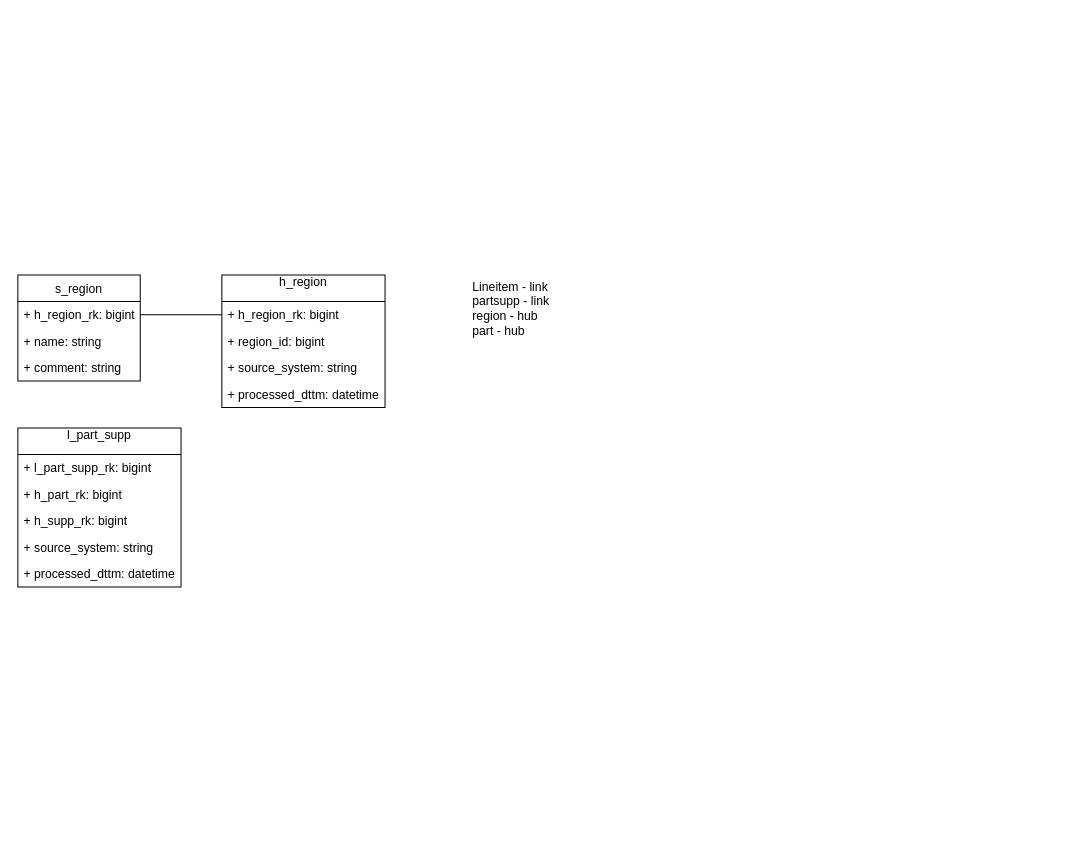
Earlier version of the draw.io diagram DZ1/Untitled Diagram.drawio (DMfananddu/DWH). Source tidied: cells renumbered, new cells numbered last; positions are measured from the earlier drawing's top-left corner, leaving out a move shared by most shapes. Both pictures are drawn from the tidied source at 102%, with x=0, y=0 at pixel (17, 274).
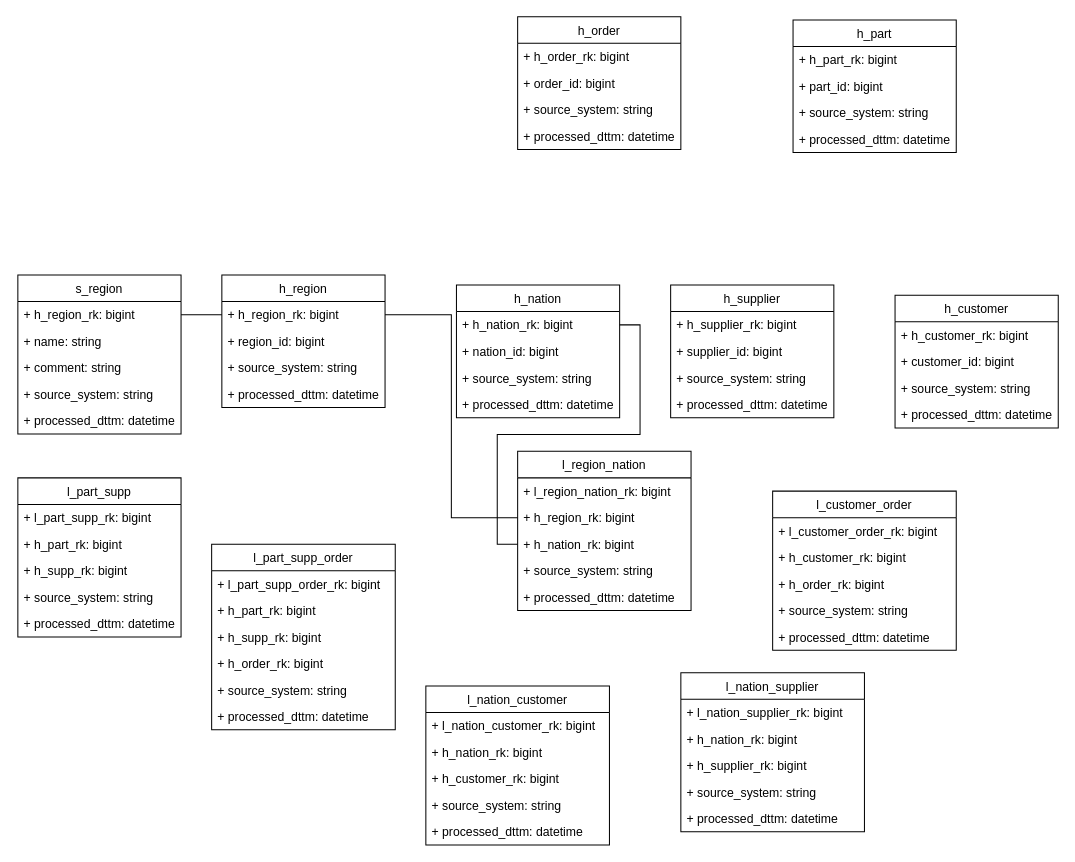
The same page after the edit.

Unchanged cells that the change refers to:
```xml
<mxCell id="3" value="+ h_region_rk: bigint" style="text;strokeColor=none;fillColor=none;align=left;verticalAlign=top;spacingLeft=4;spacingRight=4;overflow=hidden;points=[[0,0.5],[1,0.5]];portConstraint=eastwest;" parent="2" vertex="1">
  <mxGeometry y="26" width="160" height="26" as="geometry" />
</mxCell>
```

What changed in the source:
```diff
@@
-    <mxCell id="2" value="h_region&#10;" style="swimlane;fontStyle=0;horizontal=1;startSize=26;fillColor=none;align=center;verticalAlign=middle;" parent="1" vertex="1">
+    <mxCell id="2" value="h_region" style="swimlane;fontStyle=0;horizontal=1;startSize=26;fillColor=none;align=center;verticalAlign=middle;" parent="1" vertex="1">
       <mxGeometry x="200" width="160" height="130" as="geometry" />
     </mxCell>
@@
     <mxCell id="7" value="s_region" style="swimlane;fontStyle=0;horizontal=1;startSize=26;fillColor=none;" parent="1" vertex="1">
-      <mxGeometry width="120" height="104" as="geometry" />
+      <mxGeometry width="160" height="156" as="geometry" />
     </mxCell>
     <mxCell id="8" value="+ h_region_rk: bigint" style="text;strokeColor=none;fillColor=none;align=left;verticalAlign=top;spacingLeft=4;spacingRight=4;overflow=hidden;points=[[0,0.5],[1,0.5]];portConstraint=eastwest;" parent="7" vertex="1">
-      <mxGeometry y="26" width="120" height="26" as="geometry" />
+      <mxGeometry y="26" width="160" height="26" as="geometry" />
     </mxCell>
     <mxCell id="9" value="+ name: string" style="text;strokeColor=none;fillColor=none;align=left;verticalAlign=top;spacingLeft=4;spacingRight=4;overflow=hidden;" parent="7" vertex="1">
-      <mxGeometry y="52" width="120" height="26" as="geometry" />
+      <mxGeometry y="52" width="160" height="26" as="geometry" />
     </mxCell>
     <mxCell id="10" value="+ comment: string" style="text;strokeColor=none;fillColor=none;align=left;verticalAlign=top;spacingLeft=4;spacingRight=4;overflow=hidden;" parent="7" vertex="1">
-      <mxGeometry y="78" width="120" height="26" as="geometry" />
+      <mxGeometry y="78" width="160" height="26" as="geometry" />
     </mxCell>
+    <mxCell id="19" value="+ source_system: string" style="text;strokeColor=none;fillColor=none;align=left;verticalAlign=top;spacingLeft=4;spacingRight=4;overflow=hidden;" parent="7" vertex="1">
+      <mxGeometry y="104" width="160" height="26" as="geometry" />
+    </mxCell>
+    <mxCell id="20" value="+ processed_dttm: datetime" style="text;strokeColor=none;fillColor=none;align=left;verticalAlign=top;spacingLeft=4;spacingRight=4;overflow=hidden;" parent="7" vertex="1">
+      <mxGeometry y="130" width="160" height="26" as="geometry" />
+    </mxCell>
@@
-    <mxCell id="12" value="Lineitem - link&lt;br&gt;partsupp - link&lt;br&gt;region - hub&lt;br&gt;part - hub&lt;br&gt;" style="text;html=1;align=left;verticalAlign=top;spacingTop=-4;" parent="1" vertex="1">
-      <mxGeometry x="444" y="2" width="90" height="60" as="geometry" />
-    </mxCell>
-    <mxCell id="13" value="l_part_supp&#10;" style="swimlane;fontStyle=0;horizontal=1;startSize=26;fillColor=none;" parent="1" vertex="1">
-      <mxGeometry y="150" width="160" height="156" as="geometry" />
+    <mxCell id="13" value="l_part_supp" style="swimlane;fontStyle=0;horizontal=1;startSize=26;fillColor=none;verticalAlign=middle;" parent="1" vertex="1">
+      <mxGeometry y="199" width="160" height="156" as="geometry" />
     </mxCell>
@@
+    <mxCell id="21" value="l_part_supp_order" style="swimlane;fontStyle=0;horizontal=1;startSize=26;fillColor=none;" parent="1" vertex="1">
+      <mxGeometry x="190" y="264" width="180" height="182" as="geometry" />
+    </mxCell>
+    <mxCell id="22" value="+ l_part_supp_order_rk: bigint" style="text;strokeColor=none;fillColor=none;align=left;verticalAlign=top;spacingLeft=4;spacingRight=4;overflow=hidden;" parent="21" vertex="1">
+      <mxGeometry y="26" width="180" height="26" as="geometry" />
+    </mxCell>
+    <mxCell id="23" value="+ h_part_rk: bigint" style="text;strokeColor=none;fillColor=none;align=left;verticalAlign=top;spacingLeft=4;spacingRight=4;overflow=hidden;" parent="21" vertex="1">
+      <mxGeometry y="52" width="180" height="26" as="geometry" />
+    </mxCell>
+    <mxCell id="24" value="+ h_supp_rk: bigint" style="text;strokeColor=none;fillColor=none;align=left;verticalAlign=top;spacingLeft=4;spacingRight=4;overflow=hidden;" parent="21" vertex="1">
+      <mxGeometry y="78" width="180" height="26" as="geometry" />
+    </mxCell>
+    <mxCell id="25" value="+ h_order_rk: bigint" style="text;strokeColor=none;fillColor=none;align=left;verticalAlign=top;spacingLeft=4;spacingRight=4;overflow=hidden;" parent="21" vertex="1">
+      <mxGeometry y="104" width="180" height="26" as="geometry" />
+    </mxCell>
+    <mxCell id="26" value="+ source_system: string" style="text;strokeColor=none;fillColor=none;align=left;verticalAlign=top;spacingLeft=4;spacingRight=4;overflow=hidden;" parent="21" vertex="1">
+      <mxGeometry y="130" width="180" height="26" as="geometry" />
+    </mxCell>
+    <mxCell id="27" value="+ processed_dttm: datetime" style="text;strokeColor=none;fillColor=none;align=left;verticalAlign=top;spacingLeft=4;spacingRight=4;overflow=hidden;" parent="21" vertex="1">
+      <mxGeometry y="156" width="180" height="26" as="geometry" />
+    </mxCell>
+    <mxCell id="28" value="l_region_nation" style="swimlane;fontStyle=0;horizontal=1;startSize=26;fillColor=none;verticalAlign=middle;" parent="1" vertex="1">
+      <mxGeometry x="490" y="173" width="170" height="156" as="geometry" />
+    </mxCell>
+    <mxCell id="29" value="+ l_region_nation_rk: bigint" style="text;strokeColor=none;fillColor=none;align=left;verticalAlign=top;spacingLeft=4;spacingRight=4;overflow=hidden;" parent="28" vertex="1">
+      <mxGeometry y="26" width="170" height="26" as="geometry" />
+    </mxCell>
+    <mxCell id="30" value="+ h_region_rk: bigint" style="text;strokeColor=none;fillColor=none;align=left;verticalAlign=top;spacingLeft=4;spacingRight=4;overflow=hidden;points=[[0,0.5],[1,0.5]];portConstraint=eastwest;" parent="28" vertex="1">
+      <mxGeometry y="52" width="170" height="26" as="geometry" />
+    </mxCell>
+    <mxCell id="31" value="+ h_nation_rk: bigint" style="text;strokeColor=none;fillColor=none;align=left;verticalAlign=top;spacingLeft=4;spacingRight=4;overflow=hidden;points=[[0,0.5],[1,0.5]];portConstraint=eastwest;" parent="28" vertex="1">
+      <mxGeometry y="78" width="170" height="26" as="geometry" />
+    </mxCell>
+    <mxCell id="32" value="+ source_system: string" style="text;strokeColor=none;fillColor=none;align=left;verticalAlign=top;spacingLeft=4;spacingRight=4;overflow=hidden;" parent="28" vertex="1">
+      <mxGeometry y="104" width="170" height="26" as="geometry" />
+    </mxCell>
+    <mxCell id="33" value="+ processed_dttm: datetime" style="text;strokeColor=none;fillColor=none;align=left;verticalAlign=top;spacingLeft=4;spacingRight=4;overflow=hidden;" parent="28" vertex="1">
+      <mxGeometry y="130" width="170" height="26" as="geometry" />
+    </mxCell>
+    <mxCell id="34" value="h_nation" style="swimlane;fontStyle=0;horizontal=1;startSize=26;fillColor=none;align=center;verticalAlign=middle;" parent="1" vertex="1">
+      <mxGeometry x="430" y="10" width="160" height="130" as="geometry" />
+    </mxCell>
+    <mxCell id="35" value="+ h_nation_rk: bigint" style="text;strokeColor=none;fillColor=none;align=left;verticalAlign=top;spacingLeft=4;spacingRight=4;overflow=hidden;points=[[0,0.5],[1,0.5]];portConstraint=eastwest;" parent="34" vertex="1">
+      <mxGeometry y="26" width="160" height="26" as="geometry" />
+    </mxCell>
+    <mxCell id="36" value="+ nation_id: bigint" style="text;strokeColor=none;fillColor=none;align=left;verticalAlign=top;spacingLeft=4;spacingRight=4;overflow=hidden;" parent="34" vertex="1">
+      <mxGeometry y="52" width="160" height="26" as="geometry" />
+    </mxCell>
+    <mxCell id="37" value="+ source_system: string" style="text;strokeColor=none;fillColor=none;align=left;verticalAlign=top;spacingLeft=4;spacingRight=4;overflow=hidden;" parent="34" vertex="1">
+      <mxGeometry y="78" width="160" height="26" as="geometry" />
+    </mxCell>
+    <mxCell id="38" value="+ processed_dttm: datetime" style="text;strokeColor=none;fillColor=none;align=left;verticalAlign=top;spacingLeft=4;spacingRight=4;overflow=hidden;" parent="34" vertex="1">
+      <mxGeometry y="104" width="160" height="26" as="geometry" />
+    </mxCell>
+    <mxCell id="39" value="h_supplier" style="swimlane;fontStyle=0;horizontal=1;startSize=26;fillColor=none;align=center;verticalAlign=middle;" parent="1" vertex="1">
+      <mxGeometry x="640" y="10" width="160" height="130" as="geometry" />
+    </mxCell>
+    <mxCell id="40" value="+ h_supplier_rk: bigint" style="text;strokeColor=none;fillColor=none;align=left;verticalAlign=top;spacingLeft=4;spacingRight=4;overflow=hidden;" parent="39" vertex="1">
+      <mxGeometry y="26" width="160" height="26" as="geometry" />
+    </mxCell>
+    <mxCell id="41" value="+ supplier_id: bigint" style="text;strokeColor=none;fillColor=none;align=left;verticalAlign=top;spacingLeft=4;spacingRight=4;overflow=hidden;" parent="39" vertex="1">
+      <mxGeometry y="52" width="160" height="26" as="geometry" />
+    </mxCell>
+    <mxCell id="42" value="+ source_system: string" style="text;strokeColor=none;fillColor=none;align=left;verticalAlign=top;spacingLeft=4;spacingRight=4;overflow=hidden;" parent="39" vertex="1">
+      <mxGeometry y="78" width="160" height="26" as="geometry" />
+    </mxCell>
+    <mxCell id="43" value="+ processed_dttm: datetime" style="text;strokeColor=none;fillColor=none;align=left;verticalAlign=top;spacingLeft=4;spacingRight=4;overflow=hidden;" parent="39" vertex="1">
+      <mxGeometry y="104" width="160" height="26" as="geometry" />
+    </mxCell>
+    <mxCell id="44" value="h_customer" style="swimlane;fontStyle=0;horizontal=1;startSize=26;fillColor=none;align=center;verticalAlign=middle;" parent="1" vertex="1">
+      <mxGeometry x="860" y="20" width="160" height="130" as="geometry" />
+    </mxCell>
+    <mxCell id="45" value="+ h_customer_rk: bigint" style="text;strokeColor=none;fillColor=none;align=left;verticalAlign=top;spacingLeft=4;spacingRight=4;overflow=hidden;" parent="44" vertex="1">
+      <mxGeometry y="26" width="160" height="26" as="geometry" />
+    </mxCell>
+    <mxCell id="46" value="+ customer_id: bigint" style="text;strokeColor=none;fillColor=none;align=left;verticalAlign=top;spacingLeft=4;spacingRight=4;overflow=hidden;" parent="44" vertex="1">
+      <mxGeometry y="52" width="160" height="26" as="geometry" />
+    </mxCell>
+    <mxCell id="47" value="+ source_system: string" style="text;strokeColor=none;fillColor=none;align=left;verticalAlign=top;spacingLeft=4;spacingRight=4;overflow=hidden;" parent="44" vertex="1">
+      <mxGeometry y="78" width="160" height="26" as="geometry" />
+    </mxCell>
+    <mxCell id="48" value="+ processed_dttm: datetime" style="text;strokeColor=none;fillColor=none;align=left;verticalAlign=top;spacingLeft=4;spacingRight=4;overflow=hidden;" parent="44" vertex="1">
+      <mxGeometry y="104" width="160" height="26" as="geometry" />
+    </mxCell>
+    <mxCell id="49" value="h_order" style="swimlane;fontStyle=0;horizontal=1;startSize=26;fillColor=none;align=center;verticalAlign=middle;" parent="1" vertex="1">
+      <mxGeometry x="490" y="-253" width="160" height="130" as="geometry" />
+    </mxCell>
+    <mxCell id="50" value="+ h_order_rk: bigint" style="text;strokeColor=none;fillColor=none;align=left;verticalAlign=top;spacingLeft=4;spacingRight=4;overflow=hidden;" parent="49" vertex="1">
+      <mxGeometry y="26" width="160" height="26" as="geometry" />
+    </mxCell>
+    <mxCell id="51" value="+ order_id: bigint" style="text;strokeColor=none;fillColor=none;align=left;verticalAlign=top;spacingLeft=4;spacingRight=4;overflow=hidden;" parent="49" vertex="1">
+      <mxGeometry y="52" width="160" height="26" as="geometry" />
+    </mxCell>
+    <mxCell id="52" value="+ source_system: string" style="text;strokeColor=none;fillColor=none;align=left;verticalAlign=top;spacingLeft=4;spacingRight=4;overflow=hidden;" parent="49" vertex="1">
+      <mxGeometry y="78" width="160" height="26" as="geometry" />
+    </mxCell>
+    <mxCell id="53" value="+ processed_dttm: datetime" style="text;strokeColor=none;fillColor=none;align=left;verticalAlign=top;spacingLeft=4;spacingRight=4;overflow=hidden;" parent="49" vertex="1">
+      <mxGeometry y="104" width="160" height="26" as="geometry" />
+    </mxCell>
+    <mxCell id="54" value="h_part" style="swimlane;fontStyle=0;horizontal=1;startSize=26;fillColor=none;align=center;verticalAlign=middle;" parent="1" vertex="1">
+      <mxGeometry x="760" y="-250" width="160" height="130" as="geometry" />
+    </mxCell>
+    <mxCell id="55" value="+ h_part_rk: bigint" style="text;strokeColor=none;fillColor=none;align=left;verticalAlign=top;spacingLeft=4;spacingRight=4;overflow=hidden;" parent="54" vertex="1">
+      <mxGeometry y="26" width="160" height="26" as="geometry" />
+    </mxCell>
+    <mxCell id="56" value="+ part_id: bigint" style="text;strokeColor=none;fillColor=none;align=left;verticalAlign=top;spacingLeft=4;spacingRight=4;overflow=hidden;" parent="54" vertex="1">
+      <mxGeometry y="52" width="160" height="26" as="geometry" />
+    </mxCell>
+    <mxCell id="57" value="+ source_system: string" style="text;strokeColor=none;fillColor=none;align=left;verticalAlign=top;spacingLeft=4;spacingRight=4;overflow=hidden;" parent="54" vertex="1">
+      <mxGeometry y="78" width="160" height="26" as="geometry" />
+    </mxCell>
+    <mxCell id="58" value="+ processed_dttm: datetime" style="text;strokeColor=none;fillColor=none;align=left;verticalAlign=top;spacingLeft=4;spacingRight=4;overflow=hidden;" parent="54" vertex="1">
+      <mxGeometry y="104" width="160" height="26" as="geometry" />
+    </mxCell>
+    <mxCell id="59" style="edgeStyle=orthogonalEdgeStyle;rounded=0;jettySize=auto;html=1;exitX=1;exitY=0.5;exitDx=0;exitDy=0;entryX=0;entryY=0.5;entryDx=0;entryDy=0;endArrow=none;endFill=0;" parent="1" edge="1" source="3" target="30">
+      <mxGeometry relative="1" as="geometry" />
+    </mxCell>
+    <mxCell id="60" style="edgeStyle=orthogonalEdgeStyle;rounded=0;jettySize=auto;html=1;exitX=1;exitY=0.5;exitDx=0;exitDy=0;entryX=0;entryY=0.5;entryDx=0;entryDy=0;endArrow=none;endFill=0;" parent="1" edge="1" source="35" target="31">
+      <mxGeometry relative="1" as="geometry" />
+    </mxCell>
+    <mxCell id="61" value="l_nation_customer" style="swimlane;fontStyle=0;horizontal=1;startSize=26;fillColor=none;verticalAlign=middle;" parent="1" vertex="1">
+      <mxGeometry x="400" y="403" width="180" height="156" as="geometry" />
+    </mxCell>
+    <mxCell id="62" value="+ l_nation_customer_rk: bigint" style="text;strokeColor=none;fillColor=none;align=left;verticalAlign=top;spacingLeft=4;spacingRight=4;overflow=hidden;" parent="61" vertex="1">
+      <mxGeometry y="26" width="180" height="26" as="geometry" />
+    </mxCell>
+    <mxCell id="63" value="+ h_nation_rk: bigint" style="text;strokeColor=none;fillColor=none;align=left;verticalAlign=top;spacingLeft=4;spacingRight=4;overflow=hidden;" parent="61" vertex="1">
+      <mxGeometry y="52" width="180" height="26" as="geometry" />
+    </mxCell>
+    <mxCell id="64" value="+ h_customer_rk: bigint" style="text;strokeColor=none;fillColor=none;align=left;verticalAlign=top;spacingLeft=4;spacingRight=4;overflow=hidden;" parent="61" vertex="1">
+      <mxGeometry y="78" width="180" height="26" as="geometry" />
+    </mxCell>
+    <mxCell id="65" value="+ source_system: string" style="text;strokeColor=none;fillColor=none;align=left;verticalAlign=top;spacingLeft=4;spacingRight=4;overflow=hidden;" parent="61" vertex="1">
+      <mxGeometry y="104" width="180" height="26" as="geometry" />
+    </mxCell>
+    <mxCell id="66" value="+ processed_dttm: datetime" style="text;strokeColor=none;fillColor=none;align=left;verticalAlign=top;spacingLeft=4;spacingRight=4;overflow=hidden;" parent="61" vertex="1">
+      <mxGeometry y="130" width="180" height="26" as="geometry" />
+    </mxCell>
+    <mxCell id="67" value="l_nation_supplier" style="swimlane;fontStyle=0;horizontal=1;startSize=26;fillColor=none;verticalAlign=middle;" parent="1" vertex="1">
+      <mxGeometry x="650" y="390" width="180" height="156" as="geometry" />
+    </mxCell>
+    <mxCell id="68" value="+ l_nation_supplier_rk: bigint" style="text;strokeColor=none;fillColor=none;align=left;verticalAlign=top;spacingLeft=4;spacingRight=4;overflow=hidden;" parent="67" vertex="1">
+      <mxGeometry y="26" width="180" height="26" as="geometry" />
+    </mxCell>
+    <mxCell id="69" value="+ h_nation_rk: bigint" style="text;strokeColor=none;fillColor=none;align=left;verticalAlign=top;spacingLeft=4;spacingRight=4;overflow=hidden;" parent="67" vertex="1">
+      <mxGeometry y="52" width="180" height="26" as="geometry" />
+    </mxCell>
+    <mxCell id="70" value="+ h_supplier_rk: bigint" style="text;strokeColor=none;fillColor=none;align=left;verticalAlign=top;spacingLeft=4;spacingRight=4;overflow=hidden;" parent="67" vertex="1">
+      <mxGeometry y="78" width="180" height="26" as="geometry" />
+    </mxCell>
+    <mxCell id="71" value="+ source_system: string" style="text;strokeColor=none;fillColor=none;align=left;verticalAlign=top;spacingLeft=4;spacingRight=4;overflow=hidden;" parent="67" vertex="1">
+      <mxGeometry y="104" width="180" height="26" as="geometry" />
+    </mxCell>
+    <mxCell id="72" value="+ processed_dttm: datetime" style="text;strokeColor=none;fillColor=none;align=left;verticalAlign=top;spacingLeft=4;spacingRight=4;overflow=hidden;" parent="67" vertex="1">
+      <mxGeometry y="130" width="180" height="26" as="geometry" />
+    </mxCell>
+    <mxCell id="73" value="l_customer_order" style="swimlane;fontStyle=0;horizontal=1;startSize=26;fillColor=none;verticalAlign=middle;" parent="1" vertex="1">
+      <mxGeometry x="740" y="212" width="180" height="156" as="geometry" />
+    </mxCell>
+    <mxCell id="74" value="+ l_customer_order_rk: bigint" style="text;strokeColor=none;fillColor=none;align=left;verticalAlign=top;spacingLeft=4;spacingRight=4;overflow=hidden;" parent="73" vertex="1">
+      <mxGeometry y="26" width="180" height="26" as="geometry" />
+    </mxCell>
+    <mxCell id="75" value="+ h_customer_rk: bigint" style="text;strokeColor=none;fillColor=none;align=left;verticalAlign=top;spacingLeft=4;spacingRight=4;overflow=hidden;" parent="73" vertex="1">
+      <mxGeometry y="52" width="180" height="26" as="geometry" />
+    </mxCell>
+    <mxCell id="76" value="+ h_order_rk: bigint" style="text;strokeColor=none;fillColor=none;align=left;verticalAlign=top;spacingLeft=4;spacingRight=4;overflow=hidden;" parent="73" vertex="1">
+      <mxGeometry y="78" width="180" height="26" as="geometry" />
+    </mxCell>
+    <mxCell id="77" value="+ source_system: string" style="text;strokeColor=none;fillColor=none;align=left;verticalAlign=top;spacingLeft=4;spacingRight=4;overflow=hidden;" parent="73" vertex="1">
+      <mxGeometry y="104" width="180" height="26" as="geometry" />
+    </mxCell>
+    <mxCell id="78" value="+ processed_dttm: datetime" style="text;strokeColor=none;fillColor=none;align=left;verticalAlign=top;spacingLeft=4;spacingRight=4;overflow=hidden;" parent="73" vertex="1">
+      <mxGeometry y="130" width="180" height="26" as="geometry" />
+    </mxCell>
```
